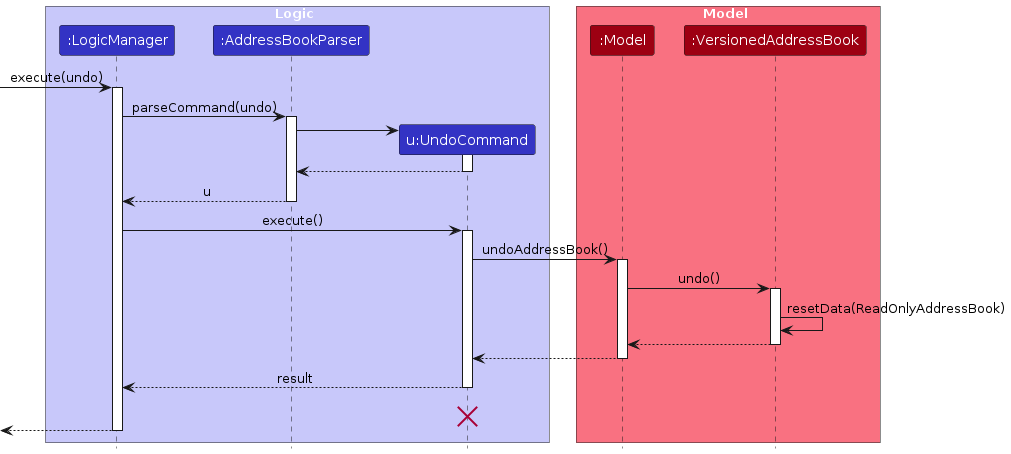
Before: diagrams/UndoSequenceDiagram.png, a diagram exported from PlantUML (AprupKale/tp). Its source is kept beside it as diagrams/UndoSequenceDiagram.puml. Its diagram source:
```plantuml
@startuml
!include style.puml
skinparam ArrowFontStyle plain

box Logic LOGIC_COLOR_T1
participant ":LogicManager" as LogicManager LOGIC_COLOR
participant ":AddressBookParser" as AddressBookParser LOGIC_COLOR
participant "u:UndoCommand" as UndoCommand LOGIC_COLOR
end box

box Model MODEL_COLOR_T1
participant ":Model" as Model MODEL_COLOR
participant ":VersionedAddressBook" as VersionedAddressBook MODEL_COLOR
end box
[-> LogicManager : execute(undo)
activate LogicManager

LogicManager -> AddressBookParser : parseCommand(undo)
activate AddressBookParser

create UndoCommand
AddressBookParser -> UndoCommand
activate UndoCommand

UndoCommand --> AddressBookParser
deactivate UndoCommand

AddressBookParser --> LogicManager : u
deactivate AddressBookParser

LogicManager -> UndoCommand : execute()
activate UndoCommand

UndoCommand -> Model : undoAddressBook()
activate Model

Model -> VersionedAddressBook : undo()
activate VersionedAddressBook

VersionedAddressBook -> VersionedAddressBook :resetData(ReadOnlyAddressBook)
VersionedAddressBook --> Model :
deactivate VersionedAddressBook

Model --> UndoCommand
deactivate Model

UndoCommand --> LogicManager : result
deactivate UndoCommand
UndoCommand -[hidden]-> LogicManager : result
destroy UndoCommand

[<--LogicManager
deactivate LogicManager
@enduml
```
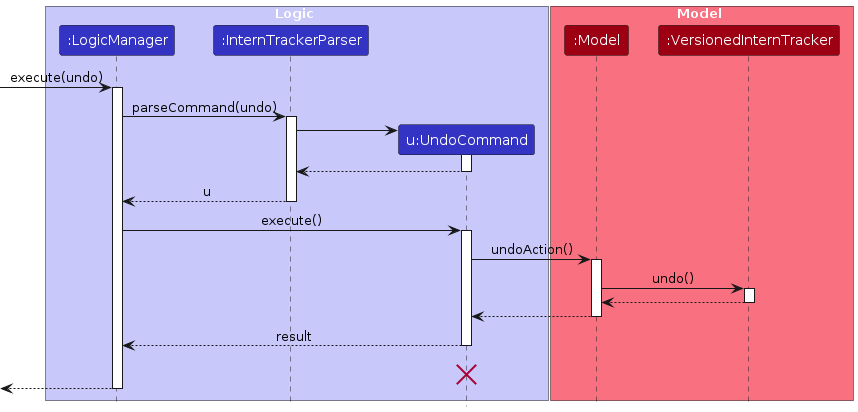
After the commit.

What changed in the source:
```diff
@@ -4,42 +4,41 @@
 
 box Logic LOGIC_COLOR_T1
 participant ":LogicManager" as LogicManager LOGIC_COLOR
-participant ":AddressBookParser" as AddressBookParser LOGIC_COLOR
+participant ":InternTrackerParser" as InternTrackerParser LOGIC_COLOR
 participant "u:UndoCommand" as UndoCommand LOGIC_COLOR
 end box
 
 box Model MODEL_COLOR_T1
 participant ":Model" as Model MODEL_COLOR
-participant ":VersionedAddressBook" as VersionedAddressBook MODEL_COLOR
+participant ":VersionedInternTracker" as VersionedInternTracker MODEL_COLOR
 end box
 [-> LogicManager : execute(undo)
 activate LogicManager
 
-LogicManager -> AddressBookParser : parseCommand(undo)
-activate AddressBookParser
+LogicManager -> InternTrackerParser : parseCommand(undo)
+activate InternTrackerParser
 
 create UndoCommand
-AddressBookParser -> UndoCommand
+InternTrackerParser -> UndoCommand
 activate UndoCommand
 
-UndoCommand --> AddressBookParser
+UndoCommand --> InternTrackerParser
 deactivate UndoCommand
 
-AddressBookParser --> LogicManager : u
-deactivate AddressBookParser
+InternTrackerParser --> LogicManager : u
+deactivate InternTrackerParser
 
 LogicManager -> UndoCommand : execute()
 activate UndoCommand
 
-UndoCommand -> Model : undoAddressBook()
+UndoCommand -> Model : undoAction()
 activate Model
 
-Model -> VersionedAddressBook : undo()
-activate VersionedAddressBook
+Model -> VersionedInternTracker : undo()
+activate VersionedInternTracker
 
-VersionedAddressBook -> VersionedAddressBook :resetData(ReadOnlyAddressBook)
-VersionedAddressBook --> Model :
-deactivate VersionedAddressBook
+VersionedInternTracker --> Model :
+deactivate VersionedInternTracker
 
 Model --> UndoCommand
 deactivate Model
```
